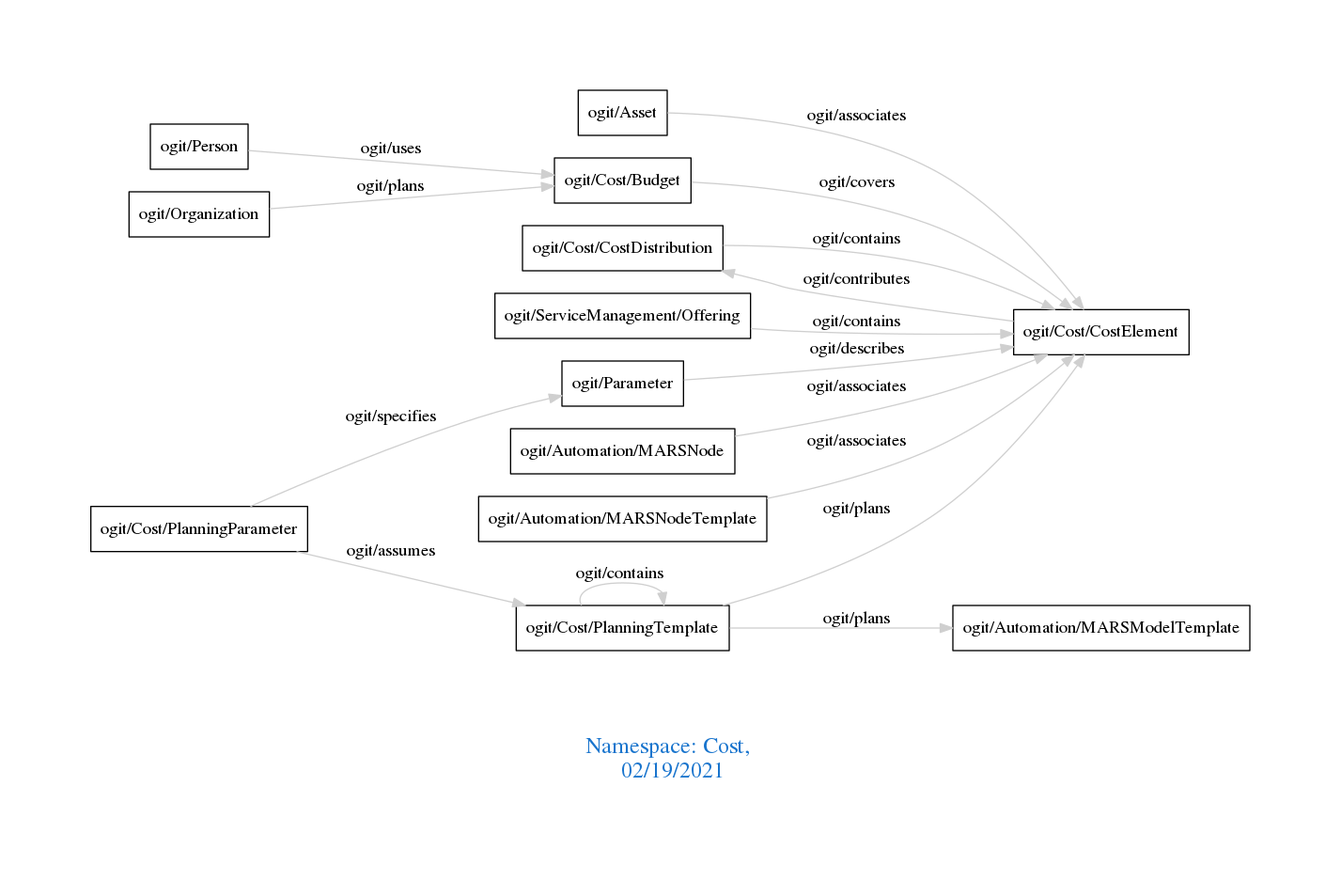
Above: downloads/Cost.png in arago/OGIT (Graphviz), before the change. Its source is kept beside it as downloads/Cost.dot. The source it was exported from:
```dot
digraph OGIT_ontology {
 graph [ rankdir= LR,pad=1
fontsize = 18,
fontcolor= dodgerblue3,label = "\n\n\nNamespace: Cost, \n 02/19/2021"];
node[shape=polygon];
edge [  color="gray81"];

   "ogit/Cost/CostDistribution" -> "ogit/Cost/CostElement" [label="   ogit/contains    "];
   "ogit/ServiceManagement/Offering" -> "ogit/Cost/CostElement" [label="   ogit/contains    "];
   "ogit/Cost/PlanningParameter" -> "ogit/Parameter" [label="   ogit/specifies    "];
   "ogit/Cost/Budget" -> "ogit/Cost/CostElement" [label="   ogit/covers    "];
   "ogit/Parameter" -> "ogit/Cost/CostElement" [label="   ogit/describes    "];
   "ogit/Cost/CostElement" -> "ogit/Cost/CostDistribution" [label="   ogit/contributes    "];
   "ogit/Automation/MARSNode" -> "ogit/Cost/CostElement" [label="   ogit/associates    "];
   "ogit/Automation/MARSNodeTemplate" -> "ogit/Cost/CostElement" [label="   ogit/associates    "];
   "ogit/Asset" -> "ogit/Cost/CostElement" [label="   ogit/associates    "];
   "ogit/Person" -> "ogit/Cost/Budget" [label="   ogit/uses    "];
   "ogit/Cost/PlanningTemplate" -> "ogit/Automation/MARSModelTemplate" [label="   ogit/plans    "];
   "ogit/Cost/PlanningTemplate" -> "ogit/Cost/CostElement" [label="   ogit/plans    "];
   "ogit/Organization" -> "ogit/Cost/Budget" [label="   ogit/plans    "];
   "ogit/Cost/PlanningParameter" -> "ogit/Cost/PlanningTemplate" [label="   ogit/assumes    "];
   "ogit/Cost/PlanningTemplate" -> "ogit/Cost/PlanningTemplate" [label="   ogit/contains    "];
}
```
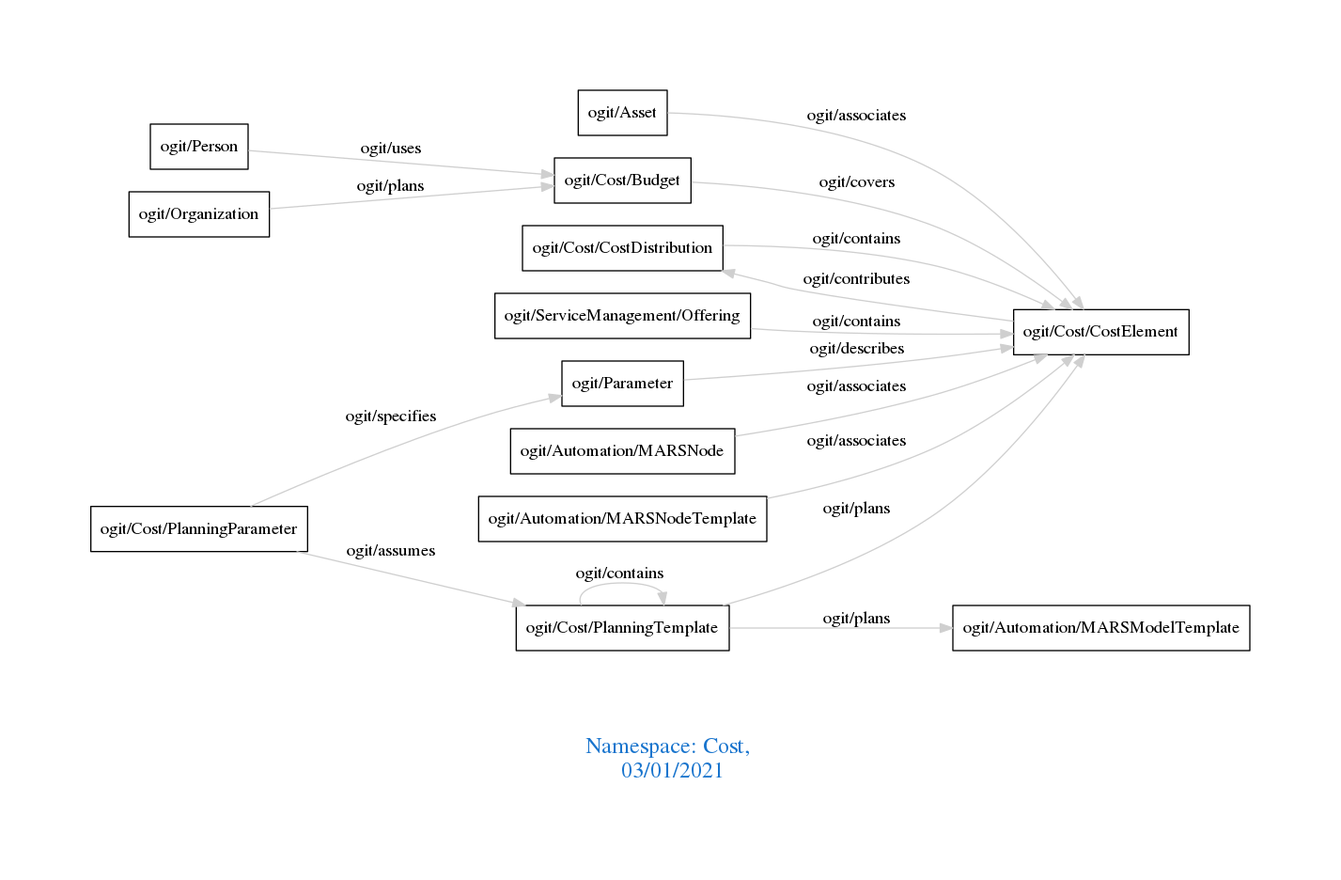
Above is the later version.

What changed in the source:
```diff
@@ -1,7 +1,7 @@
 digraph OGIT_ontology {
  graph [ rankdir= LR,pad=1
 fontsize = 18,
-fontcolor= dodgerblue3,label = "\n\n\nNamespace: Cost, \n 02/19/2021"];
+fontcolor= dodgerblue3,label = "\n\n\nNamespace: Cost, \n 03/01/2021"];
 node[shape=polygon];
 edge [  color="gray81"];
 
```
